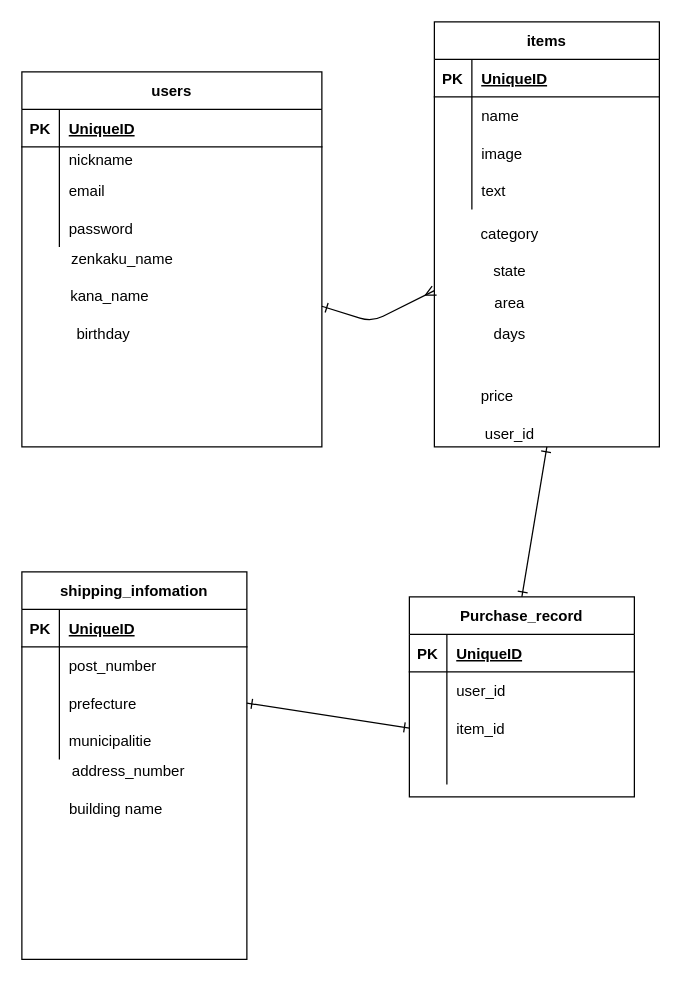
yuk1higa/furima-37338 keeps this draw.io diagram as db.dio. Above is the earlier version. Source tidied: cells renumbered, new cells numbered last; positions are measured from the earlier drawing's top-left corner, leaving out a move shared by most shapes. Both pictures are drawn from the tidied source at 125%, with x=0, y=0 at pixel (21, 21).
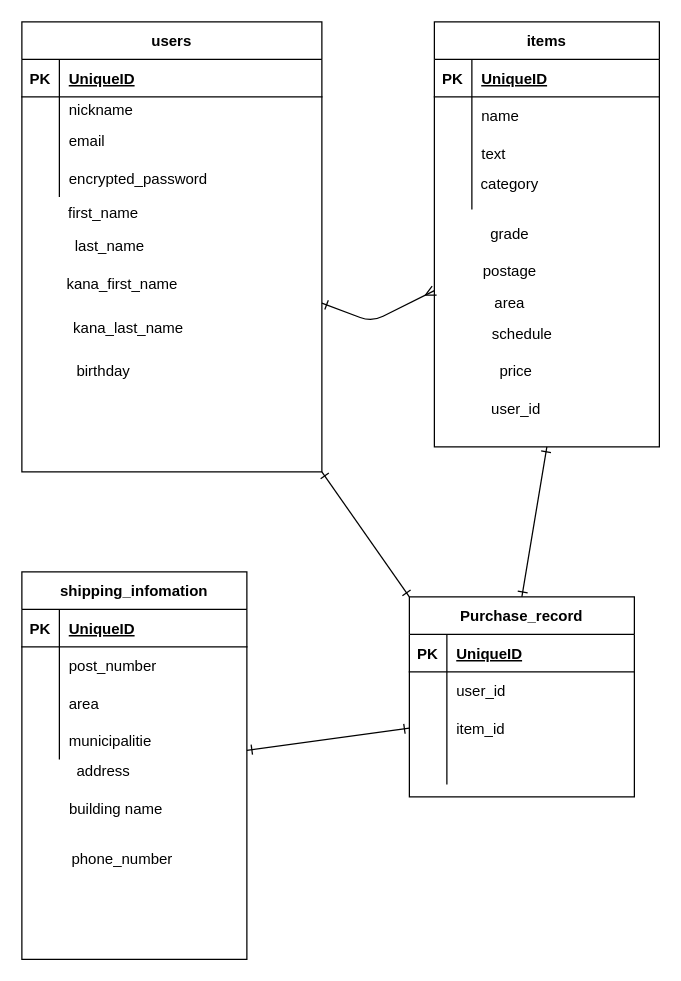
The same diagram, later.

Commit message (it also covers changes not shown here):
ER図とREADMEの修正

Unchanged cells that the change refers to:
```xml
<mxCell id="13" style="shape=partialRectangle;fillColor=none;top=0;left=0;bottom=0;right=0;" parent="3" vertex="1">
  <mxGeometry y="110" width="240" height="30" as="geometry" />
</mxCell>
<mxCell id="17" value="items" style="shape=table;startSize=30;childLayout=tableLayout;rowLines=0;fontStyle=1;align=center;" parent="1" vertex="1">
  <mxGeometry x="330" width="180" height="340" as="geometry" />
</mxCell>
<mxCell id="33" value="shipping_infomation" style="shape=table;startSize=30;childLayout=tableLayout;rowLines=0;fontStyle=1;align=center;" parent="1" vertex="1">
  <mxGeometry y="440" width="180" height="310" as="geometry" />
</mxCell>
<mxCell id="40" style="shape=partialRectangle;fillColor=none;top=0;left=0;bottom=0;right=0;points=[[0,0.5],[1,0.5]];portConstraint=eastwest;" parent="33" vertex="1">
  <mxGeometry y="90" width="180" height="30" as="geometry" />
</mxCell>
<mxCell id="46" value="Purchase_record" style="shape=table;startSize=30;childLayout=tableLayout;rowLines=0;fontStyle=1;align=center;" parent="1" vertex="1">
  <mxGeometry x="310" y="460" width="180" height="160" as="geometry" />
</mxCell>
<mxCell id="53" style="shape=partialRectangle;fillColor=none;top=0;left=0;bottom=0;right=0;points=[[0,0.5],[1,0.5]];portConstraint=eastwest;" parent="46" vertex="1">
  <mxGeometry y="90" width="180" height="30" as="geometry" />
</mxCell>
```

The edit, as a diff of the source:
```diff
@@
+    <mxCell id="68" style="edgeStyle=none;html=1;exitX=1;exitY=1;exitDx=0;exitDy=0;entryX=0;entryY=0;entryDx=0;entryDy=0;startArrow=ERone;startFill=0;endArrow=ERone;endFill=0;" parent="1" edge="1" source="3" target="46">
+      <mxGeometry relative="1" as="geometry" />
+    </mxCell>
     <mxCell id="3" value="users" style="shape=table;startSize=30;childLayout=tableLayout;rowLines=0;fontStyle=1;align=center;" parent="1" vertex="1">
-      <mxGeometry y="40" width="240" height="300" as="geometry" />
+      <mxGeometry width="240" height="360" as="geometry" />
     </mxCell>
@@
-    <mxCell id="15" value="password" style="shape=partialRectangle;fillColor=none;top=0;left=0;bottom=0;right=0;align=left;spacingLeft=6;overflow=hidden;" parent="13" vertex="1">
+    <mxCell id="15" value="encrypted_password" style="shape=partialRectangle;fillColor=none;top=0;left=0;bottom=0;right=0;align=left;spacingLeft=6;overflow=hidden;" parent="13" vertex="1">
       <mxGeometry x="30" width="210" height="30" as="geometry" />
     </mxCell>
@@
+    <mxCell id="27" style="shape=partialRectangle;fillColor=none;top=0;left=0;bottom=0;right=0;" parent="17" vertex="1">
+      <mxGeometry y="90" width="180" height="30" as="geometry" />
+    </mxCell>
+    <mxCell id="28" style="shape=partialRectangle;fillColor=none;top=0;left=0;bottom=0;right=0;overflow=hidden;" parent="27" vertex="1">
+      <mxGeometry width="30" height="30" as="geometry" />
+    </mxCell>
+    <mxCell id="29" value="text" style="shape=partialRectangle;fillColor=none;top=0;left=0;bottom=0;right=0;align=left;spacingLeft=6;overflow=hidden;" parent="27" vertex="1">
+      <mxGeometry x="30" width="150" height="30" as="geometry" />
+    </mxCell>
     <mxCell id="24" style="shape=partialRectangle;fillColor=none;top=0;left=0;bottom=0;right=0;" parent="17" vertex="1">
-      <mxGeometry y="90" width="180" height="30" as="geometry" />
+      <mxGeometry y="120" width="180" height="30" as="geometry" />
     </mxCell>
@@
-    <mxCell id="26" value="image" style="shape=partialRectangle;fillColor=none;top=0;left=0;bottom=0;right=0;align=left;spacingLeft=6;overflow=hidden;" parent="24" vertex="1">
+    <mxCell id="26" style="shape=partialRectangle;fillColor=none;top=0;left=0;bottom=0;right=0;align=left;spacingLeft=6;overflow=hidden;" parent="24" vertex="1">
       <mxGeometry x="30" width="150" height="30" as="geometry" />
     </mxCell>
-    <mxCell id="27" style="shape=partialRectangle;fillColor=none;top=0;left=0;bottom=0;right=0;" parent="17" vertex="1">
-      <mxGeometry y="120" width="180" height="30" as="geometry" />
-    </mxCell>
-    <mxCell id="28" style="shape=partialRectangle;fillColor=none;top=0;left=0;bottom=0;right=0;overflow=hidden;" parent="27" vertex="1">
-      <mxGeometry width="30" height="30" as="geometry" />
-    </mxCell>
-    <mxCell id="29" value="text" style="shape=partialRectangle;fillColor=none;top=0;left=0;bottom=0;right=0;align=left;spacingLeft=6;overflow=hidden;" parent="27" vertex="1">
-      <mxGeometry x="30" width="150" height="30" as="geometry" />
-    </mxCell>
     <mxCell id="30" value="category" style="text;html=1;align=center;verticalAlign=middle;strokeColor=none;fillColor=none;" parent="1" vertex="1">
-      <mxGeometry x="360" y="160" width="60" height="20" as="geometry" />
+      <mxGeometry x="360" y="120" width="60" height="20" as="geometry" />
     </mxCell>
     <mxCell id="31" value="price" style="text;html=1;align=center;verticalAlign=middle;strokeColor=none;fillColor=none;" parent="1" vertex="1">
-      <mxGeometry x="360" y="290" width="40" height="20" as="geometry" />
+      <mxGeometry x="375" y="270" width="40" height="20" as="geometry" />
     </mxCell>
     <mxCell id="32" value="user_id" style="text;html=1;align=center;verticalAlign=middle;strokeColor=none;fillColor=none;" parent="1" vertex="1">
-      <mxGeometry x="360" y="320" width="60" height="20" as="geometry" />
+      <mxGeometry x="365" y="300" width="60" height="20" as="geometry" />
     </mxCell>
+    <mxCell id="69" style="edgeStyle=none;html=1;entryX=0;entryY=0.5;entryDx=0;entryDy=0;startArrow=ERone;startFill=0;endArrow=ERone;endFill=0;" parent="1" edge="1" source="33" target="53">
+      <mxGeometry relative="1" as="geometry" />
+    </mxCell>
@@
-    <mxCell id="42" value="prefecture" style="shape=partialRectangle;fillColor=none;top=0;left=0;bottom=0;right=0;align=left;spacingLeft=6;overflow=hidden;" parent="40" vertex="1">
+    <mxCell id="42" value="area" style="shape=partialRectangle;fillColor=none;top=0;left=0;bottom=0;right=0;align=left;spacingLeft=6;overflow=hidden;" parent="40" vertex="1">
       <mxGeometry x="30" width="150" height="30" as="geometry" />
     </mxCell>
@@
-    <mxCell id="59" value="state" style="text;html=1;align=center;verticalAlign=middle;strokeColor=none;fillColor=none;" parent="1" vertex="1">
-      <mxGeometry x="370" y="190" width="40" height="20" as="geometry" />
+    <mxCell id="59" value="grade" style="text;html=1;align=center;verticalAlign=middle;strokeColor=none;fillColor=none;" parent="1" vertex="1">
+      <mxGeometry x="365" y="160" width="50" height="20" as="geometry" />
     </mxCell>
@@
-    <mxCell id="61" value="days" style="text;html=1;align=center;verticalAlign=middle;strokeColor=none;fillColor=none;" parent="1" vertex="1">
-      <mxGeometry x="370" y="240" width="40" height="20" as="geometry" />
+    <mxCell id="61" value="schedule" style="text;html=1;align=center;verticalAlign=middle;strokeColor=none;fillColor=none;" parent="1" vertex="1">
+      <mxGeometry x="370" y="240" width="60" height="20" as="geometry" />
     </mxCell>
-    <mxCell id="62" value="address_number" style="text;html=1;align=center;verticalAlign=middle;strokeColor=none;fillColor=none;" parent="1" vertex="1">
-      <mxGeometry x="30" y="590" width="110" height="20" as="geometry" />
+    <mxCell id="62" value="address" style="text;html=1;align=center;verticalAlign=middle;strokeColor=none;fillColor=none;" parent="1" vertex="1">
+      <mxGeometry x="35" y="590" width="60" height="20" as="geometry" />
     </mxCell>
@@
-    <mxCell id="64" value="zenkaku_name" style="text;html=1;align=center;verticalAlign=middle;strokeColor=none;fillColor=none;" parent="1" vertex="1">
-      <mxGeometry x="30" y="180" width="100" height="20" as="geometry" />
-    </mxCell>
-    <mxCell id="65" value="kana_name" style="text;html=1;align=center;verticalAlign=middle;strokeColor=none;fillColor=none;" parent="1" vertex="1">
-      <mxGeometry x="30" y="210" width="80" height="20" as="geometry" />
-    </mxCell>
     <mxCell id="66" value="birthday" style="text;html=1;align=center;verticalAlign=middle;strokeColor=none;fillColor=none;" parent="1" vertex="1">
-      <mxGeometry x="35" y="240" width="60" height="20" as="geometry" />
+      <mxGeometry x="35" y="270" width="60" height="20" as="geometry" />
     </mxCell>
-    <mxCell id="67" style="edgeStyle=none;html=1;exitX=0;exitY=0.5;exitDx=0;exitDy=0;startArrow=ERone;startFill=0;endArrow=ERone;endFill=0;entryX=1;entryY=0.5;entryDx=0;entryDy=0;" parent="1" edge="1" source="53" target="40">
-      <mxGeometry relative="1" as="geometry" />
-    </mxCell>
+    <mxCell id="70" value="&lt;br&gt;first_name" style="text;html=1;align=center;verticalAlign=middle;strokeColor=none;fillColor=none;" parent="1" vertex="1">
+      <mxGeometry x="30" y="130" width="70" height="30" as="geometry" />
+    </mxCell>
+    <mxCell id="71" value="last_name" style="text;html=1;align=center;verticalAlign=middle;strokeColor=none;fillColor=none;" parent="1" vertex="1">
+      <mxGeometry x="35" y="170" width="70" height="20" as="geometry" />
+    </mxCell>
+    <mxCell id="72" value="kana_first_name" style="text;html=1;align=center;verticalAlign=middle;strokeColor=none;fillColor=none;" parent="1" vertex="1">
+      <mxGeometry x="30" y="200" width="100" height="20" as="geometry" />
+    </mxCell>
+    <mxCell id="73" value="kana_last_name" style="text;html=1;align=center;verticalAlign=middle;strokeColor=none;fillColor=none;" parent="1" vertex="1">
+      <mxGeometry x="35" y="235" width="100" height="20" as="geometry" />
+    </mxCell>
+    <mxCell id="74" value="postage" style="text;html=1;align=center;verticalAlign=middle;strokeColor=none;fillColor=none;" parent="1" vertex="1">
+      <mxGeometry x="360" y="190" width="60" height="20" as="geometry" />
+    </mxCell>
+    <mxCell id="75" value="phone_number" style="text;html=1;align=center;verticalAlign=middle;strokeColor=none;fillColor=none;" parent="1" vertex="1">
+      <mxGeometry x="30" y="660" width="100" height="20" as="geometry" />
+    </mxCell>
```
